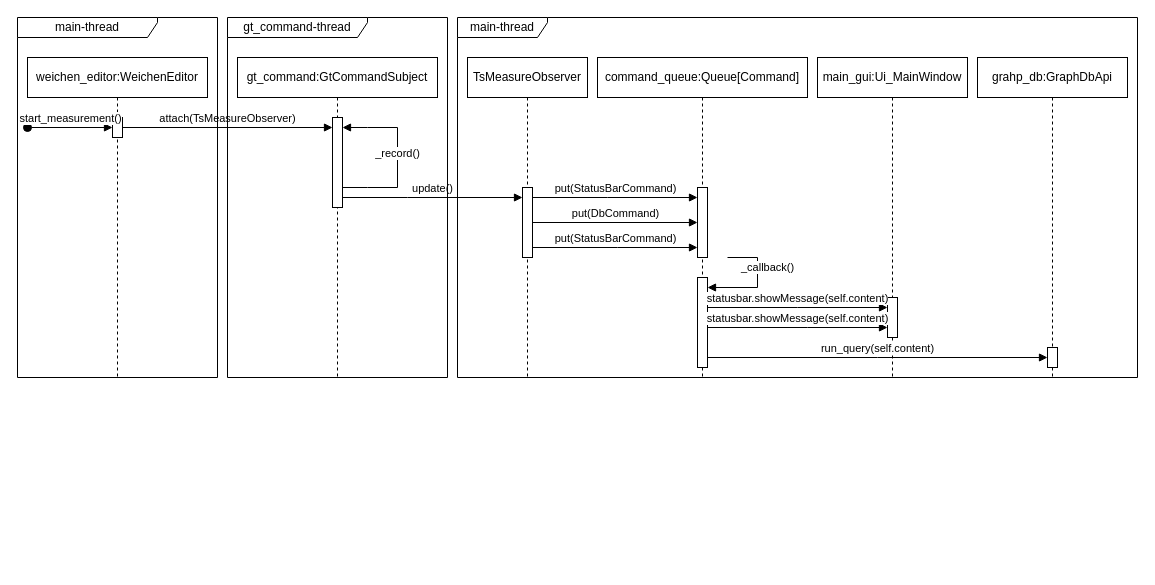
Before: procedural/meassure_trainswitch.drawio in pascalreiss/draw_io_stuff, a draw.io diagram. Source tidied: cells renumbered, new cells numbered last; positions are measured from the earlier drawing's top-left corner, leaving out a move shared by most shapes. Both pictures are drawn from the tidied source at 100%, with x=0, y=0 at pixel (17, 17).
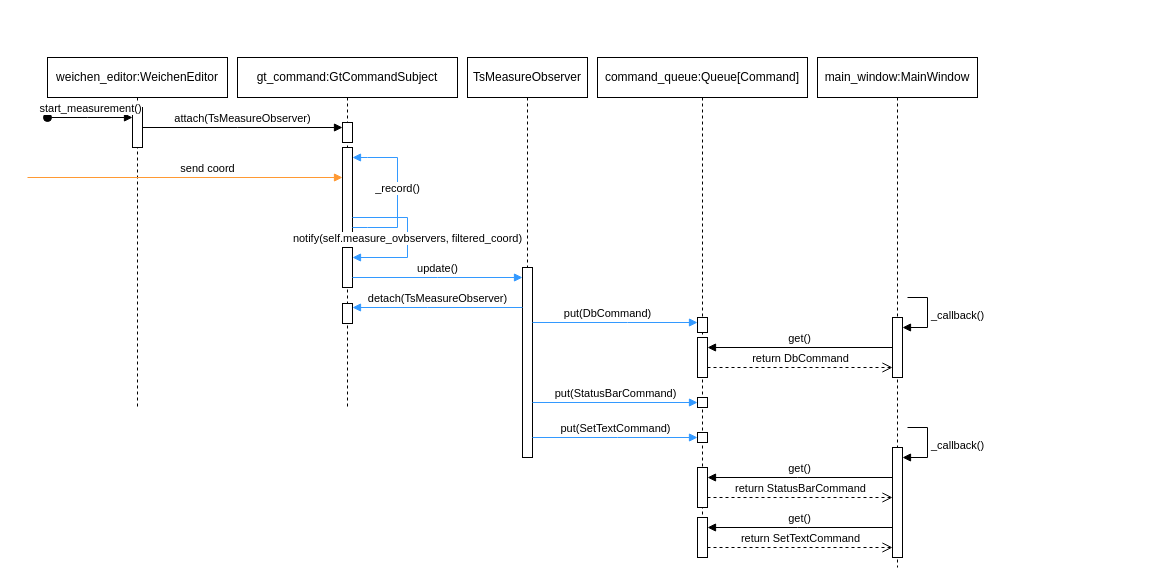
After the change.

Change to the diagram source:
```diff
@@
+    <mxCell id="29" value="main_window:MainWindow" style="shape=umlLifeline;perimeter=lifelinePerimeter;whiteSpace=wrap;html=1;newEdgeStyle={&quot;curved&quot;:0,&quot;rounded&quot;:0};" parent="1" vertex="1">
+      <mxGeometry x="800" y="40" width="160" height="510" as="geometry" />
+    </mxCell>
+    <mxCell id="30" style="html=1;points=[[0,0,0,0,5],[0,1,0,0,-5],[1,0,0,0,5],[1,1,0,0,-5]];perimeter=orthogonalPerimeter;outlineConnect=0;targetShapes=umlLifeline;portConstraint=eastwest;newEdgeStyle={&quot;curved&quot;:0,&quot;rounded&quot;:0};" parent="29" vertex="1">
+      <mxGeometry x="75" y="260" width="10" height="60" as="geometry" />
+    </mxCell>
+    <mxCell id="31" value="_callback()" style="html=1;align=left;spacingLeft=2;endArrow=block;rounded=0;edgeStyle=orthogonalEdgeStyle;curved=0;rounded=0;" parent="29" edge="1" target="30">
+      <mxGeometry relative="1" as="geometry">
+        <mxPoint x="90" y="240" as="sourcePoint" />
+        <Array as="points">
+          <mxPoint x="110" y="270" />
+        </Array>
+      </mxGeometry>
+    </mxCell>
+    <mxCell id="9" value="command_queue:Queue[Command]" style="shape=umlLifeline;perimeter=lifelinePerimeter;whiteSpace=wrap;html=1;newEdgeStyle={&quot;curved&quot;:0,&quot;rounded&quot;:0};" parent="1" vertex="1">
+      <mxGeometry x="580" y="40" width="210" height="500" as="geometry" />
+    </mxCell>
+    <mxCell id="32" style="html=1;perimeter=orthogonalPerimeter;targetShapes=umlLifeline;newEdgeStyle={&quot;curved&quot;:0,&quot;rounded&quot;:0};" parent="9" vertex="1">
+      <mxGeometry x="100" y="260" width="10" height="15" as="geometry" />
+    </mxCell>
+    <mxCell id="33" style="html=1;points=[[0,0,0,0,5],[0,1,0,0,-5],[1,0,0,0,5],[1,1,0,0,-5]];perimeter=orthogonalPerimeter;outlineConnect=0;targetShapes=umlLifeline;portConstraint=eastwest;newEdgeStyle={&quot;curved&quot;:0,&quot;rounded&quot;:0};" parent="9" vertex="1">
+      <mxGeometry x="100" y="280" width="10" height="40" as="geometry" />
+    </mxCell>
+    <mxCell id="34" style="html=1;points=[[0,0,0,0,5],[0,1,0,0,-5],[1,0,0,0,5],[1,1,0,0,-5]];perimeter=orthogonalPerimeter;outlineConnect=0;targetShapes=umlLifeline;portConstraint=eastwest;newEdgeStyle={&quot;curved&quot;:0,&quot;rounded&quot;:0};" parent="9" vertex="1">
+      <mxGeometry x="100" y="340" width="10" height="10" as="geometry" />
+    </mxCell>
+    <mxCell id="35" style="html=1;points=[[0,0,0,0,5],[0,1,0,0,-5],[1,0,0,0,5],[1,1,0,0,-5]];perimeter=orthogonalPerimeter;outlineConnect=0;targetShapes=umlLifeline;portConstraint=eastwest;newEdgeStyle={&quot;curved&quot;:0,&quot;rounded&quot;:0};" parent="9" vertex="1">
+      <mxGeometry x="100" y="375" width="10" height="10" as="geometry" />
+    </mxCell>
+    <mxCell id="36" style="html=1;points=[[0,0,0,0,5],[0,1,0,0,-5],[1,0,0,0,5],[1,1,0,0,-5]];perimeter=orthogonalPerimeter;outlineConnect=0;targetShapes=umlLifeline;portConstraint=eastwest;newEdgeStyle={&quot;curved&quot;:0,&quot;rounded&quot;:0};" parent="9" vertex="1">
+      <mxGeometry x="295" y="390" width="10" height="110" as="geometry" />
+    </mxCell>
+    <mxCell id="37" value="_callback()" style="html=1;align=left;spacingLeft=2;endArrow=block;rounded=0;edgeStyle=orthogonalEdgeStyle;curved=0;rounded=0;" parent="9" edge="1" target="36">
+      <mxGeometry relative="1" as="geometry">
+        <mxPoint x="310" y="370" as="sourcePoint" />
+        <Array as="points">
+          <mxPoint x="330" y="400" />
+        </Array>
+      </mxGeometry>
+    </mxCell>
+    <mxCell id="38" value="get()" style="html=1;verticalAlign=bottom;endArrow=block;curved=0;rounded=0;" parent="9" edge="1" source="36" target="40">
+      <mxGeometry relative="1" as="geometry">
+        <Array as="points">
+          <mxPoint x="200" y="420" />
+        </Array>
+      </mxGeometry>
+    </mxCell>
+    <mxCell id="39" value="return StatusBarCommand" style="html=1;verticalAlign=bottom;endArrow=open;dashed=1;endSize=8;curved=0;rounded=0;" parent="9" edge="1" source="40" target="36">
+      <mxGeometry relative="1" as="geometry">
+        <Array as="points">
+          <mxPoint x="200" y="440" />
+        </Array>
+      </mxGeometry>
+    </mxCell>
+    <mxCell id="40" style="html=1;points=[[0,0,0,0,5],[0,1,0,0,-5],[1,0,0,0,5],[1,1,0,0,-5]];perimeter=orthogonalPerimeter;outlineConnect=0;targetShapes=umlLifeline;portConstraint=eastwest;newEdgeStyle={&quot;curved&quot;:0,&quot;rounded&quot;:0};" parent="9" vertex="1">
+      <mxGeometry x="100" y="410" width="10" height="40" as="geometry" />
+    </mxCell>
+    <mxCell id="41" value="get()" style="html=1;verticalAlign=bottom;endArrow=block;curved=0;rounded=0;" parent="9" edge="1" target="43">
+      <mxGeometry relative="1" as="geometry">
+        <mxPoint x="295" y="470" as="sourcePoint" />
+        <Array as="points">
+          <mxPoint x="200" y="470" />
+        </Array>
+      </mxGeometry>
+    </mxCell>
+    <mxCell id="42" value="return SetTextCommand" style="html=1;verticalAlign=bottom;endArrow=open;dashed=1;endSize=8;curved=0;rounded=0;" parent="9" edge="1" source="43">
+      <mxGeometry relative="1" as="geometry">
+        <mxPoint x="295" y="490" as="targetPoint" />
+        <Array as="points">
+          <mxPoint x="200" y="490" />
+        </Array>
+      </mxGeometry>
+    </mxCell>
+    <mxCell id="43" style="html=1;points=[[0,0,0,0,5],[0,1,0,0,-5],[1,0,0,0,5],[1,1,0,0,-5]];perimeter=orthogonalPerimeter;outlineConnect=0;targetShapes=umlLifeline;portConstraint=eastwest;newEdgeStyle={&quot;curved&quot;:0,&quot;rounded&quot;:0};" parent="9" vertex="1">
+      <mxGeometry x="100" y="460" width="10" height="40" as="geometry" />
+    </mxCell>
+    <mxCell id="7" value="TsMeasureObserver" style="shape=umlLifeline;perimeter=lifelinePerimeter;whiteSpace=wrap;html=1;newEdgeStyle={&quot;curved&quot;:0,&quot;rounded&quot;:0};" parent="1" vertex="1">
+      <mxGeometry x="450" y="40" width="120" height="400" as="geometry" />
+    </mxCell>
+    <mxCell id="8" style="html=1;points=[[0,0,0,0,5],[0,1,0,0,-5],[1,0,0,0,5],[1,1,0,0,-5]];perimeter=orthogonalPerimeter;outlineConnect=0;targetShapes=umlLifeline;portConstraint=eastwest;newEdgeStyle={&quot;curved&quot;:0,&quot;rounded&quot;:0};" parent="7" vertex="1">
+      <mxGeometry x="55" y="210" width="10" height="190" as="geometry" />
+    </mxCell>
     <mxCell id="2" value="weichen_editor:WeichenEditor" style="shape=umlLifeline;perimeter=lifelinePerimeter;whiteSpace=wrap;html=1;newEdgeStyle={&quot;curved&quot;:0,&quot;rounded&quot;:0};" parent="1" vertex="1">
-      <mxGeometry x="10" y="40" width="180" height="320" as="geometry" />
+      <mxGeometry x="30" y="40" width="180" height="350" as="geometry" />
     </mxCell>
     <mxCell id="3" style="html=1;points=[[0,0,0,0,5],[0,1,0,0,-5],[1,0,0,0,5],[1,1,0,0,-5]];perimeter=orthogonalPerimeter;outlineConnect=0;targetShapes=umlLifeline;portConstraint=eastwest;newEdgeStyle={&quot;curved&quot;:0,&quot;rounded&quot;:0};" parent="2" vertex="1">
-      <mxGeometry x="85" y="60" width="10" height="20" as="geometry" />
+      <mxGeometry x="85" y="50" width="10" height="40" as="geometry" />
     </mxCell>
     <mxCell id="4" value="gt_command:GtCommandSubject" style="shape=umlLifeline;whiteSpace=wrap;html=1;newEdgeStyle={&quot;curved&quot;:0,&quot;rounded&quot;:0};perimeter=rectanglePerimeter;targetShapes=umlLifeline;participant=label;" parent="1" vertex="1">
-      <mxGeometry x="220" y="40" width="200" height="320" as="geometry" />
+      <mxGeometry x="220" y="40" width="220" height="350" as="geometry" />
     </mxCell>
     <mxCell id="5" style="html=1;points=[[0,0,0,0,5],[0,1,0,0,-5],[1,0,0,0,5],[1,1,0,0,-5]];perimeter=orthogonalPerimeter;outlineConnect=0;targetShapes=umlLifeline;portConstraint=eastwest;newEdgeStyle={&quot;curved&quot;:0,&quot;rounded&quot;:0};" parent="4" vertex="1">
-      <mxGeometry x="95" y="60" width="10" height="90" as="geometry" />
+      <mxGeometry x="105" y="90" width="10" height="90" as="geometry" />
     </mxCell>
-    <mxCell id="6" value="_record()" style="html=1;verticalAlign=bottom;endArrow=block;curved=0;rounded=0;" parent="4" edge="1" source="5" target="5">
+    <mxCell id="6" value="_record()" style="html=1;verticalAlign=bottom;endArrow=block;curved=0;rounded=0;strokeColor=#3399FF;" parent="4" edge="1" source="5" target="5">
       <mxGeometry x="-0.06" relative="1" as="geometry">
         <Array as="points">
-          <mxPoint x="130" y="130" />
-          <mxPoint x="160" y="130" />
-          <mxPoint x="160" y="70" />
-          <mxPoint x="130" y="70" />
+          <mxPoint x="130" y="170" />
+          <mxPoint x="160" y="170" />
+          <mxPoint x="160" y="100" />
+          <mxPoint x="130" y="100" />
         </Array>
       </mxGeometry>
     </mxCell>
-    <mxCell id="7" value="TsMeasureObserver" style="shape=umlLifeline;perimeter=lifelinePerimeter;whiteSpace=wrap;html=1;newEdgeStyle={&quot;curved&quot;:0,&quot;rounded&quot;:0};" parent="1" vertex="1">
-      <mxGeometry x="450" y="40" width="120" height="320" as="geometry" />
-    </mxCell>
-    <mxCell id="8" style="html=1;points=[[0,0,0,0,5],[0,1,0,0,-5],[1,0,0,0,5],[1,1,0,0,-5]];perimeter=orthogonalPerimeter;outlineConnect=0;targetShapes=umlLifeline;portConstraint=eastwest;newEdgeStyle={&quot;curved&quot;:0,&quot;rounded&quot;:0};" parent="7" vertex="1">
-      <mxGeometry x="55" y="130" width="10" height="70" as="geometry" />
-    </mxCell>
-    <mxCell id="9" value="command_queue:Queue[Command]" style="shape=umlLifeline;perimeter=lifelinePerimeter;whiteSpace=wrap;html=1;newEdgeStyle={&quot;curved&quot;:0,&quot;rounded&quot;:0};" parent="1" vertex="1">
-      <mxGeometry x="580" y="40" width="210" height="320" as="geometry" />
-    </mxCell>
-    <mxCell id="10" style="html=1;points=[[0,0,0,0,5],[0,1,0,0,-5],[1,0,0,0,5],[1,1,0,0,-5]];perimeter=orthogonalPerimeter;outlineConnect=0;targetShapes=umlLifeline;portConstraint=eastwest;newEdgeStyle={&quot;curved&quot;:0,&quot;rounded&quot;:0};" parent="9" vertex="1">
-      <mxGeometry x="100" y="130" width="10" height="70" as="geometry" />
-    </mxCell>
+    <mxCell id="13" value="notify(self.measure_ovbservers, filtered_coord)" style="html=1;verticalAlign=bottom;endArrow=block;curved=0;rounded=0;strokeColor=#3399FF;" parent="4" edge="1" source="5" target="45">
+      <mxGeometry x="0.13" relative="1" as="geometry">
+        <Array as="points">
+          <mxPoint x="170" y="160" />
+          <mxPoint x="170" y="200" />
+        </Array>
+      </mxGeometry>
+    </mxCell>
+    <mxCell id="44" style="html=1;points=[[0,0,0,0,5],[0,1,0,0,-5],[1,0,0,0,5],[1,1,0,0,-5]];perimeter=orthogonalPerimeter;outlineConnect=0;targetShapes=umlLifeline;portConstraint=eastwest;newEdgeStyle={&quot;curved&quot;:0,&quot;rounded&quot;:0};" parent="4" vertex="1">
+      <mxGeometry x="105" y="65" width="10" height="20" as="geometry" />
+    </mxCell>
+    <mxCell id="45" style="html=1;points=[[0,0,0,0,5],[0,1,0,0,-5],[1,0,0,0,5],[1,1,0,0,-5]];perimeter=orthogonalPerimeter;outlineConnect=0;targetShapes=umlLifeline;portConstraint=eastwest;newEdgeStyle={&quot;curved&quot;:0,&quot;rounded&quot;:0};" parent="4" vertex="1">
+      <mxGeometry x="105" y="190" width="10" height="40" as="geometry" />
+    </mxCell>
+    <mxCell id="46" style="html=1;points=[[0,0,0,0,5],[0,1,0,0,-5],[1,0,0,0,5],[1,1,0,0,-5]];perimeter=orthogonalPerimeter;outlineConnect=0;targetShapes=umlLifeline;portConstraint=eastwest;newEdgeStyle={&quot;curved&quot;:0,&quot;rounded&quot;:0};" parent="4" vertex="1">
+      <mxGeometry x="105" y="246" width="10" height="20" as="geometry" />
+    </mxCell>
     <mxCell id="11" value="start_measurement()" style="html=1;verticalAlign=bottom;startArrow=oval;startFill=1;endArrow=block;startSize=8;curved=0;rounded=0;" parent="1" edge="1" target="3">
       <mxGeometry relative="1" as="geometry">
-        <mxPoint x="10" y="110" as="sourcePoint" />
+        <mxPoint x="30" y="100" as="sourcePoint" />
+        <Array as="points">
+          <mxPoint x="70" y="100" />
+        </Array>
       </mxGeometry>
     </mxCell>
-    <mxCell id="12" value="attach(TsMeasureObserver)" style="html=1;verticalAlign=bottom;endArrow=block;curved=0;rounded=0;" parent="1" edge="1" source="3" target="5">
-      <mxGeometry relative="1" as="geometry" />
+    <mxCell id="12" value="attach(TsMeasureObserver)" style="html=1;verticalAlign=bottom;endArrow=block;curved=0;rounded=0;" parent="1" edge="1" source="3" target="44">
+      <mxGeometry relative="1" as="geometry">
+        <Array as="points">
+          <mxPoint x="220" y="110" />
+        </Array>
+      </mxGeometry>
     </mxCell>
-    <mxCell id="13" value="update()" style="html=1;verticalAlign=bottom;endArrow=block;curved=0;rounded=0;" parent="1" edge="1" source="5" target="8">
-      <mxGeometry relative="1" as="geometry">
-        <Array as="points">
-          <mxPoint x="390" y="180" />
-        </Array>
-      </mxGeometry>
-    </mxCell>
+    <mxCell id="47" value="send coord" style="html=1;verticalAlign=bottom;endArrow=block;curved=0;rounded=0;strokeColor=#FF9933;" parent="1" edge="1">
+      <mxGeometry x="0.14" relative="1" as="geometry">
+        <mxPoint x="10" y="160" as="sourcePoint" />
+        <mxPoint x="325" y="160" as="targetPoint" />
+      </mxGeometry>
+    </mxCell>
+    <mxCell id="48" value="update()" style="html=1;verticalAlign=bottom;endArrow=block;curved=0;rounded=0;strokeColor=#3399FF;" parent="1" edge="1" source="45" target="8">
+      <mxGeometry relative="1" as="geometry">
+        <Array as="points">
+          <mxPoint x="420" y="260" />
+        </Array>
+      </mxGeometry>
+    </mxCell>
+    <mxCell id="49" value="detach(TsMeasureObserver)" style="html=1;verticalAlign=bottom;endArrow=block;curved=0;rounded=0;strokeColor=#3399FF;" parent="1" edge="1" source="8" target="46">
+      <mxGeometry relative="1" as="geometry">
+        <Array as="points">
+          <mxPoint x="410" y="290" />
+        </Array>
+      </mxGeometry>
+    </mxCell>
-    <mxCell id="14" value="put(DbCommand)" style="html=1;verticalAlign=bottom;endArrow=block;curved=0;rounded=0;" parent="1" edge="1" source="8" target="10">
-      <mxGeometry relative="1" as="geometry" />
+    <mxCell id="14" value="put(DbCommand)" style="html=1;verticalAlign=bottom;endArrow=block;curved=0;rounded=0;strokeColor=#3399FF;" parent="1" edge="1">
+      <mxGeometry x="-0.09" relative="1" as="geometry">
+        <mxPoint x="515" y="305" as="sourcePoint" />
+        <mxPoint x="680" y="305" as="targetPoint" />
+        <Array as="points">
+          <mxPoint x="610" y="305" />
+        </Array>
+      </mxGeometry>
     </mxCell>
-    <mxCell id="15" value="put(StatusBarCommand)" style="html=1;verticalAlign=bottom;endArrow=block;curved=0;rounded=0;" parent="1" edge="1" source="8" target="10">
+    <mxCell id="15" value="put(StatusBarCommand)" style="html=1;verticalAlign=bottom;endArrow=block;curved=0;rounded=0;strokeColor=#3399FF;" parent="1" edge="1" target="34">
       <mxGeometry relative="1" as="geometry">
-        <Array as="points">
-          <mxPoint x="590" y="180" />
-        </Array>
+        <mxPoint x="515" y="385" as="sourcePoint" />
       </mxGeometry>
     </mxCell>
-    <mxCell id="16" value="put(StatusBarCommand)" style="html=1;verticalAlign=bottom;endArrow=block;curved=0;rounded=0;" parent="1" edge="1" source="8" target="10">
+    <mxCell id="16" value="put(SetTextCommand)" style="html=1;verticalAlign=bottom;endArrow=block;curved=0;rounded=0;strokeColor=#3399FF;" parent="1" edge="1" source="8" target="35">
       <mxGeometry relative="1" as="geometry">
         <Array as="points">
-          <mxPoint x="600" y="230" />
+          <mxPoint x="600" y="420" />
         </Array>
       </mxGeometry>
     </mxCell>
-    <mxCell id="17" value="main-thread" style="shape=umlFrame;whiteSpace=wrap;html=1;width=140;height=20;" parent="1" vertex="1">
-      <mxGeometry width="200" height="360" as="geometry" />
-    </mxCell>
-    <mxCell id="18" value="gt_command-thread" style="shape=umlFrame;whiteSpace=wrap;html=1;width=140;height=20;" parent="1" vertex="1">
-      <mxGeometry x="210" width="220" height="360" as="geometry" />
-    </mxCell>
-    <mxCell id="19" value="main-thread" style="shape=umlFrame;whiteSpace=wrap;html=1;width=90;height=20;" parent="1" vertex="1">
-      <mxGeometry x="440" width="680" height="360" as="geometry" />
-    </mxCell>
-    <mxCell id="20" style="html=1;points=[[0,0,0,0,5],[0,1,0,0,-5],[1,0,0,0,5],[1,1,0,0,-5]];perimeter=orthogonalPerimeter;outlineConnect=0;targetShapes=umlLifeline;portConstraint=eastwest;newEdgeStyle={&quot;curved&quot;:0,&quot;rounded&quot;:0};" parent="1" vertex="1">
-      <mxGeometry x="680" y="260" width="10" height="90" as="geometry" />
-    </mxCell>
-    <mxCell id="21" value="_callback()" style="html=1;align=left;spacingLeft=2;endArrow=block;rounded=0;edgeStyle=orthogonalEdgeStyle;curved=0;rounded=0;" parent="1" edge="1" target="20">
-      <mxGeometry x="-0.82" y="-10" relative="1" as="geometry">
-        <mxPoint x="710" y="240" as="sourcePoint" />
-        <Array as="points">
-          <mxPoint x="740" y="240" />
-          <mxPoint x="740" y="270" />
-        </Array>
-      </mxGeometry>
-    </mxCell>
-    <mxCell id="22" value="main_gui:Ui_MainWindow" style="shape=umlLifeline;perimeter=lifelinePerimeter;whiteSpace=wrap;html=1;newEdgeStyle={&quot;curved&quot;:0,&quot;rounded&quot;:0};" parent="1" vertex="1">
-      <mxGeometry x="800" y="40" width="150" height="320" as="geometry" />
-    </mxCell>
-    <mxCell id="23" style="html=1;points=[[0,0,0,0,5],[0,1,0,0,-5],[1,0,0,0,5],[1,1,0,0,-5]];perimeter=orthogonalPerimeter;outlineConnect=0;targetShapes=umlLifeline;portConstraint=eastwest;newEdgeStyle={&quot;curved&quot;:0,&quot;rounded&quot;:0};" parent="22" vertex="1">
-      <mxGeometry x="70" y="240" width="10" height="40" as="geometry" />
-    </mxCell>
-    <mxCell id="24" value="grahp_db:GraphDbApi" style="shape=umlLifeline;perimeter=lifelinePerimeter;whiteSpace=wrap;html=1;newEdgeStyle={&quot;curved&quot;:0,&quot;rounded&quot;:0};" parent="1" vertex="1">
-      <mxGeometry x="960" y="40" width="150" height="320" as="geometry" />
-    </mxCell>
-    <mxCell id="25" style="html=1;points=[[0,0,0,0,5],[0,1,0,0,-5],[1,0,0,0,5],[1,1,0,0,-5]];perimeter=orthogonalPerimeter;outlineConnect=0;targetShapes=umlLifeline;portConstraint=eastwest;newEdgeStyle={&quot;curved&quot;:0,&quot;rounded&quot;:0};" parent="24" vertex="1">
-      <mxGeometry x="70" y="290" width="10" height="20" as="geometry" />
-    </mxCell>
-    <mxCell id="26" value="statusbar.showMessage(self.content)" style="html=1;verticalAlign=bottom;endArrow=block;curved=0;rounded=0;" parent="1" edge="1" source="20" target="23">
-      <mxGeometry relative="1" as="geometry">
-        <Array as="points">
-          <mxPoint x="780" y="290" />
-        </Array>
-      </mxGeometry>
-    </mxCell>
-    <mxCell id="27" value="statusbar.showMessage(self.content)" style="html=1;verticalAlign=bottom;endArrow=block;curved=0;rounded=0;" parent="1" edge="1" source="20" target="23">
-      <mxGeometry relative="1" as="geometry">
-        <Array as="points">
-          <mxPoint x="790" y="310" />
-        </Array>
-      </mxGeometry>
-    </mxCell>
-    <mxCell id="28" value="run_query(self.content)" style="html=1;verticalAlign=bottom;endArrow=block;curved=0;rounded=0;" parent="1" edge="1" source="20" target="25">
-      <mxGeometry relative="1" as="geometry">
-        <Array as="points">
-          <mxPoint x="860" y="340" />
-        </Array>
-      </mxGeometry>
-    </mxCell>
+    <mxCell id="50" value="get()" style="html=1;verticalAlign=bottom;endArrow=block;curved=0;rounded=0;" parent="1" edge="1" source="30" target="33">
+      <mxGeometry relative="1" as="geometry" />
+    </mxCell>
+    <mxCell id="51" value="return DbCommand" style="html=1;verticalAlign=bottom;endArrow=open;dashed=1;endSize=8;curved=0;rounded=0;" parent="1" edge="1" source="33" target="30">
+      <mxGeometry relative="1" as="geometry">
+        <Array as="points">
+          <mxPoint x="780" y="350" />
+        </Array>
+      </mxGeometry>
+    </mxCell>
```
